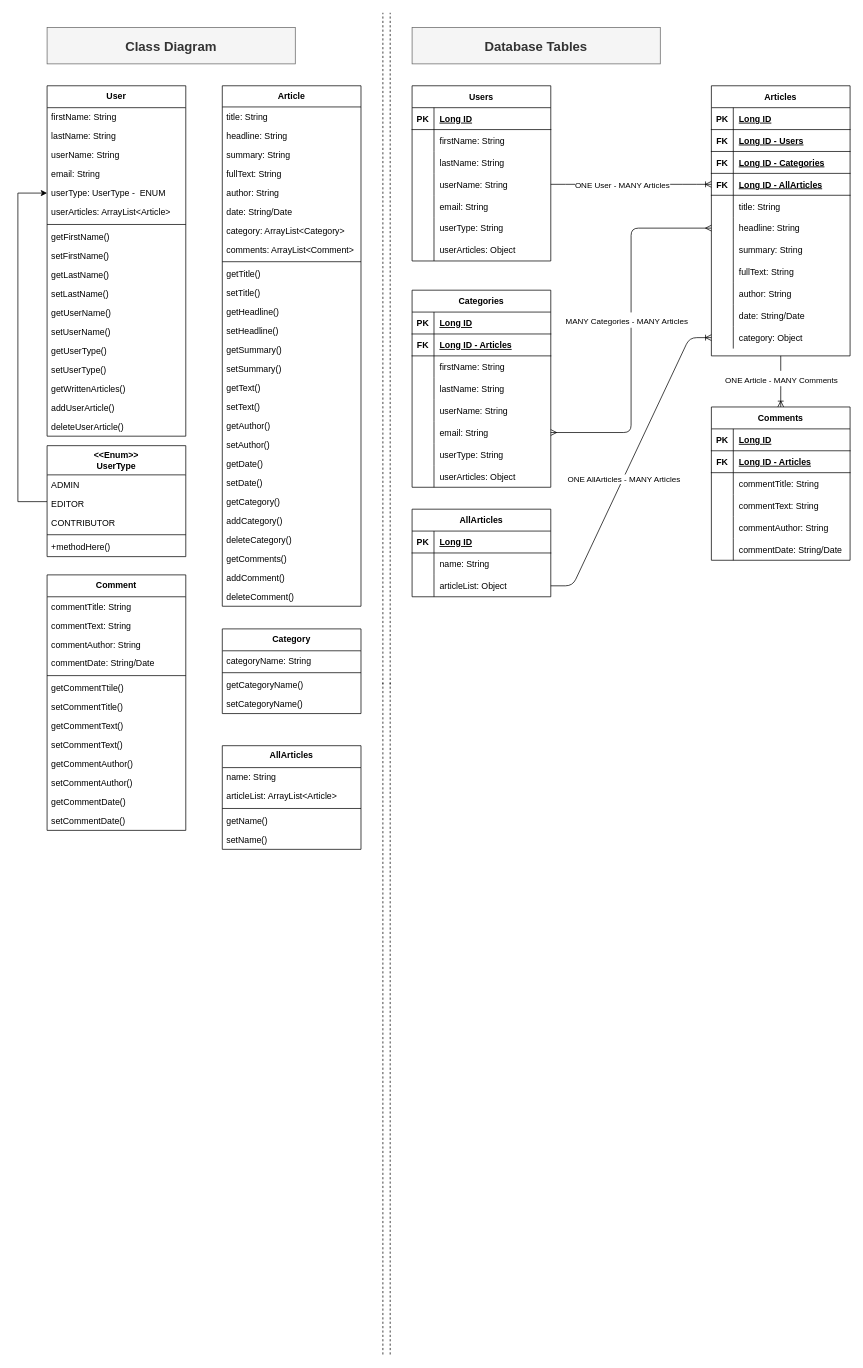
jonnystv/Final_Project_News_CMS keeps this draw.io diagram as planning/cms_draft_plan_SERVER.drawio. Above is the earlier version. Source tidied: cells renumbered, new cells numbered last; positions are measured from the earlier drawing's top-left corner, leaving out a move shared by most shapes. Both pictures are drawn from the tidied source at 73%, with x=0, y=0 at pixel (18, 12).
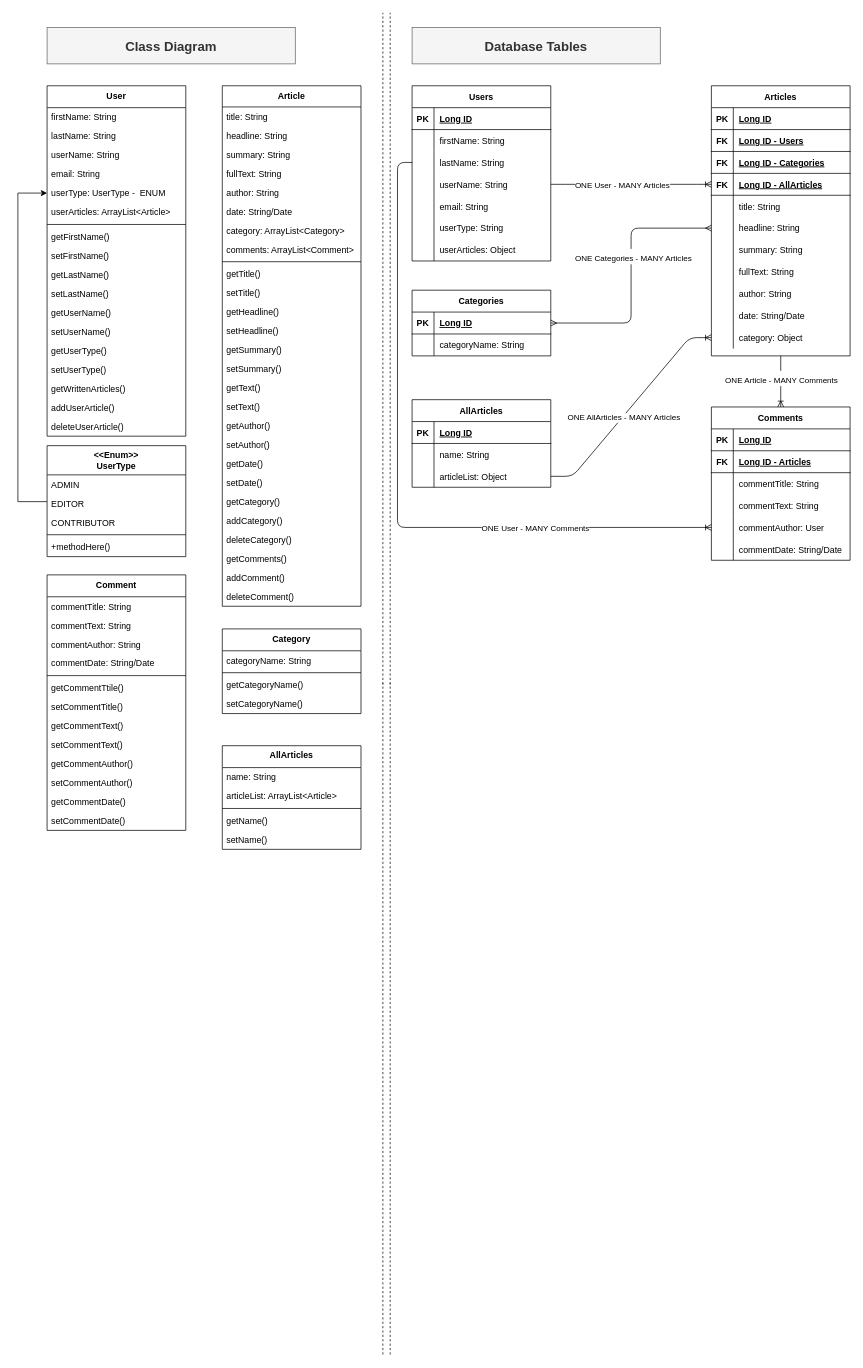
Above is the later version.

Unchanged cells that the change refers to:
```xml
<mxCell id="77" style="shape=partialRectangle;fillColor=none;top=0;left=0;bottom=0;right=0;points=[[0,0.5],[1,0.5]];portConstraint=eastwest;" parent="61" vertex="1">
  <mxGeometry y="180" width="190" height="30" as="geometry" />
</mxCell>
<mxCell id="102" style="shape=partialRectangle;fillColor=none;top=0;left=0;bottom=0;right=0;points=[[0,0.5],[1,0.5]];portConstraint=eastwest;" parent="95" vertex="1">
  <mxGeometry y="90" width="190" height="30" as="geometry" />
</mxCell>
<mxCell id="118" style="shape=partialRectangle;fillColor=none;top=0;left=0;bottom=1;right=0;points=[[0,0.5],[1,0.5]];portConstraint=eastwest;" parent="117" vertex="1">
  <mxGeometry y="30" width="190" height="30" as="geometry" />
</mxCell>
<mxCell id="179" style="shape=partialRectangle;fillColor=none;top=0;left=0;bottom=0;right=0;points=[[0,0.5],[1,0.5]];portConstraint=eastwest;" parent="166" vertex="1">
  <mxGeometry y="150" width="190" height="30" as="geometry" />
</mxCell>
```

Change to the diagram source:
```diff
@@
     <mxCell id="117" value="Categories" style="shape=table;startSize=30;childLayout=tableLayout;rowLines=0;fontStyle=1;align=center;rounded=0;shadow=0;glass=0;strokeColor=#000000;" parent="1" vertex="1">
-      <mxGeometry x="540" y="380" width="190" height="270" as="geometry" />
+      <mxGeometry x="540" y="380" width="190" height="90" as="geometry" />
     </mxCell>
@@
-    <mxCell id="121" style="shape=partialRectangle;fillColor=none;top=0;left=0;bottom=1;right=0;" parent="117" vertex="1">
-      <mxGeometry y="60" width="190" height="30" as="geometry" />
-    </mxCell>
-    <mxCell id="122" value="FK" style="shape=partialRectangle;fillColor=none;top=0;left=0;bottom=0;right=0;fontStyle=1;overflow=hidden;" parent="121" vertex="1">
-      <mxGeometry width="30" height="30" as="geometry" />
-    </mxCell>
-    <mxCell id="123" value="Long ID - Articles" style="shape=partialRectangle;fillColor=none;top=0;left=0;bottom=0;right=0;align=left;spacingLeft=6;fontStyle=5;overflow=hidden;" parent="121" vertex="1">
-      <mxGeometry x="30" width="160" height="30" as="geometry" />
-    </mxCell>
     <mxCell id="124" style="shape=partialRectangle;fillColor=none;top=0;left=0;bottom=0;right=0;" parent="117" vertex="1">
-      <mxGeometry y="90" width="190" height="30" as="geometry" />
+      <mxGeometry y="60" width="190" height="30" as="geometry" />
     </mxCell>
@@
-    <mxCell id="126" value="firstName: String" style="shape=partialRectangle;fillColor=none;top=0;left=0;bottom=0;right=0;align=left;spacingLeft=6;overflow=hidden;" parent="124" vertex="1">
+    <mxCell id="126" value="categoryName: String" style="shape=partialRectangle;fillColor=none;top=0;left=0;bottom=0;right=0;align=left;spacingLeft=6;overflow=hidden;" parent="124" vertex="1">
       <mxGeometry x="30" width="160" height="30" as="geometry" />
     </mxCell>
-    <mxCell id="127" style="shape=partialRectangle;fillColor=none;top=0;left=0;bottom=0;right=0;" parent="117" vertex="1">
-      <mxGeometry y="120" width="190" height="30" as="geometry" />
-    </mxCell>
-    <mxCell id="128" style="shape=partialRectangle;fillColor=none;top=0;left=0;bottom=0;right=0;overflow=hidden;" parent="127" vertex="1">
-      <mxGeometry width="30" height="30" as="geometry" />
-    </mxCell>
-    <mxCell id="129" value="lastName: String" style="shape=partialRectangle;fillColor=none;top=0;left=0;bottom=0;right=0;align=left;spacingLeft=6;overflow=hidden;" parent="127" vertex="1">
-      <mxGeometry x="30" width="160" height="30" as="geometry" />
-    </mxCell>
-    <mxCell id="130" style="shape=partialRectangle;fillColor=none;top=0;left=0;bottom=0;right=0;" parent="117" vertex="1">
-      <mxGeometry y="150" width="190" height="30" as="geometry" />
-    </mxCell>
-    <mxCell id="131" style="shape=partialRectangle;fillColor=none;top=0;left=0;bottom=0;right=0;overflow=hidden;" parent="130" vertex="1">
-      <mxGeometry width="30" height="30" as="geometry" />
-    </mxCell>
-    <mxCell id="132" value="userName: String" style="shape=partialRectangle;fillColor=none;top=0;left=0;bottom=0;right=0;align=left;spacingLeft=6;overflow=hidden;" parent="130" vertex="1">
-      <mxGeometry x="30" width="160" height="30" as="geometry" />
-    </mxCell>
-    <mxCell id="133" style="shape=partialRectangle;fillColor=none;top=0;left=0;bottom=0;right=0;points=[[0,0.5],[1,0.5]];portConstraint=eastwest;" parent="117" vertex="1">
-      <mxGeometry y="180" width="190" height="30" as="geometry" />
-    </mxCell>
-    <mxCell id="134" style="shape=partialRectangle;fillColor=none;top=0;left=0;bottom=0;right=0;overflow=hidden;" parent="133" vertex="1">
-      <mxGeometry width="30" height="30" as="geometry" />
-    </mxCell>
-    <mxCell id="135" value="email: String" style="shape=partialRectangle;fillColor=none;top=0;left=0;bottom=0;right=0;align=left;spacingLeft=6;overflow=hidden;" parent="133" vertex="1">
-      <mxGeometry x="30" width="160" height="30" as="geometry" />
-    </mxCell>
-    <mxCell id="136" style="shape=partialRectangle;fillColor=none;top=0;left=0;bottom=0;right=0;" parent="117" vertex="1">
-      <mxGeometry y="210" width="190" height="30" as="geometry" />
-    </mxCell>
-    <mxCell id="137" style="shape=partialRectangle;fillColor=none;top=0;left=0;bottom=0;right=0;overflow=hidden;" parent="136" vertex="1">
-      <mxGeometry width="30" height="30" as="geometry" />
-    </mxCell>
-    <mxCell id="138" value="userType: String" style="shape=partialRectangle;fillColor=none;top=0;left=0;bottom=0;right=0;align=left;spacingLeft=6;overflow=hidden;" parent="136" vertex="1">
-      <mxGeometry x="30" width="160" height="30" as="geometry" />
-    </mxCell>
-    <mxCell id="139" style="shape=partialRectangle;fillColor=none;top=0;left=0;bottom=0;right=0;" parent="117" vertex="1">
-      <mxGeometry y="240" width="190" height="30" as="geometry" />
-    </mxCell>
-    <mxCell id="140" style="shape=partialRectangle;fillColor=none;top=0;left=0;bottom=0;right=0;overflow=hidden;" parent="139" vertex="1">
-      <mxGeometry width="30" height="30" as="geometry" />
-    </mxCell>
-    <mxCell id="141" value="userArticles: Object" style="shape=partialRectangle;fillColor=none;top=0;left=0;bottom=0;right=0;align=left;spacingLeft=6;overflow=hidden;" parent="139" vertex="1">
-      <mxGeometry x="30" width="160" height="30" as="geometry" />
-    </mxCell>
@@
-    <mxCell id="145" style="edgeStyle=orthogonalEdgeStyle;fontSize=12;html=1;endArrow=ERmany;startArrow=ERmany;entryX=0;entryY=0.5;entryDx=0;entryDy=0;exitX=1;exitY=0.5;exitDx=0;exitDy=0;" parent="1" edge="1" source="133" target="77">
+    <mxCell id="145" style="edgeStyle=orthogonalEdgeStyle;fontSize=12;html=1;endArrow=ERmany;startArrow=ERmany;entryX=0;entryY=0.5;entryDx=0;entryDy=0;exitX=1;exitY=0.5;exitDx=0;exitDy=0;" parent="1" edge="1" source="118" target="77">
       <mxGeometry relative="1" as="geometry">
         <Array as="points">
-          <mxPoint x="840" y="575" />
+          <mxPoint x="840" y="425" />
           <mxPoint x="840" y="295" />
         </Array>
       </mxGeometry>
     </mxCell>
-    <mxCell id="146" value="&lt;span style=&quot;font-size: 11px&quot;&gt;MANY Categories - MANY Articles&lt;/span&gt;" style="edgeLabel;html=1;align=center;verticalAlign=middle;fontSize=18;" parent="145" vertex="1">
+    <mxCell id="146" value="&lt;span style=&quot;font-size: 11px&quot;&gt;ONE Categories - MANY Articles&lt;/span&gt;" style="edgeLabel;html=1;align=center;verticalAlign=middle;fontSize=18;" parent="145" vertex="1">
       <mxGeometry x="-0.79" y="1" relative="1" as="geometry">
-        <mxPoint x="51" y="-154" as="offset" />
+        <mxPoint x="75" y="-91" as="offset" />
       </mxGeometry>
     </mxCell>
@@
-    <mxCell id="181" value="commentAuthor: String" style="shape=partialRectangle;fillColor=none;top=0;left=0;bottom=0;right=0;align=left;spacingLeft=6;overflow=hidden;" parent="179" vertex="1">
+    <mxCell id="181" value="commentAuthor: User" style="shape=partialRectangle;fillColor=none;top=0;left=0;bottom=0;right=0;align=left;spacingLeft=6;overflow=hidden;" parent="179" vertex="1">
       <mxGeometry x="30" width="160" height="30" as="geometry" />
     </mxCell>
@@
     <mxCell id="193" value="AllArticles" style="shape=table;startSize=30;childLayout=tableLayout;rowLines=0;fontStyle=1;align=center;rounded=0;shadow=0;glass=0;strokeColor=#000000;" parent="1" vertex="1">
-      <mxGeometry x="540" y="680" width="190" height="120" as="geometry" />
+      <mxGeometry x="540" y="530" width="190" height="120" as="geometry" />
     </mxCell>
@@
+    <mxCell id="205" style="edgeStyle=orthogonalEdgeStyle;fontSize=12;html=1;endArrow=ERoneToMany;exitX=0;exitY=0.5;exitDx=0;exitDy=0;entryX=0;entryY=0.5;entryDx=0;entryDy=0;" parent="1" edge="1" source="102" target="179">
+      <mxGeometry relative="1" as="geometry">
+        <Array as="points">
+          <mxPoint x="520" y="205" />
+          <mxPoint x="520" y="705" />
+        </Array>
+      </mxGeometry>
+    </mxCell>
+    <mxCell id="206" value="ONE User - MANY Comments" style="edgeLabel;html=1;align=center;verticalAlign=middle;" parent="205" vertex="1">
+      <mxGeometry x="0.49" y="-1" relative="1" as="geometry" />
+    </mxCell>
```
